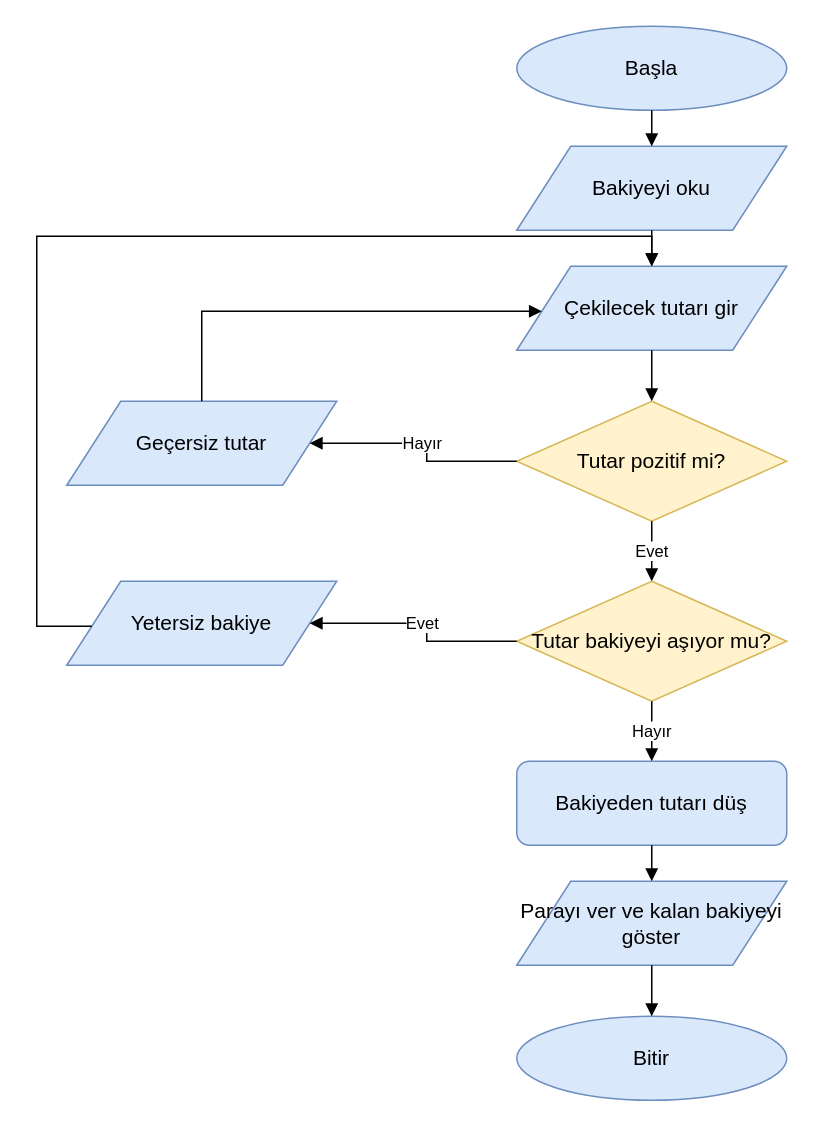
The draw.io diagram 02-algoritma/atm-para-cekme.drawio in furkanerenx25/egitim-ve-projeler, before the edit. Source tidied: cells renumbered, new cells numbered last; positions are measured from the earlier drawing's top-left corner, leaving out a move shared by most shapes. Both pictures are drawn from the tidied source at 150%, with x=0, y=0 at pixel (36, 26).
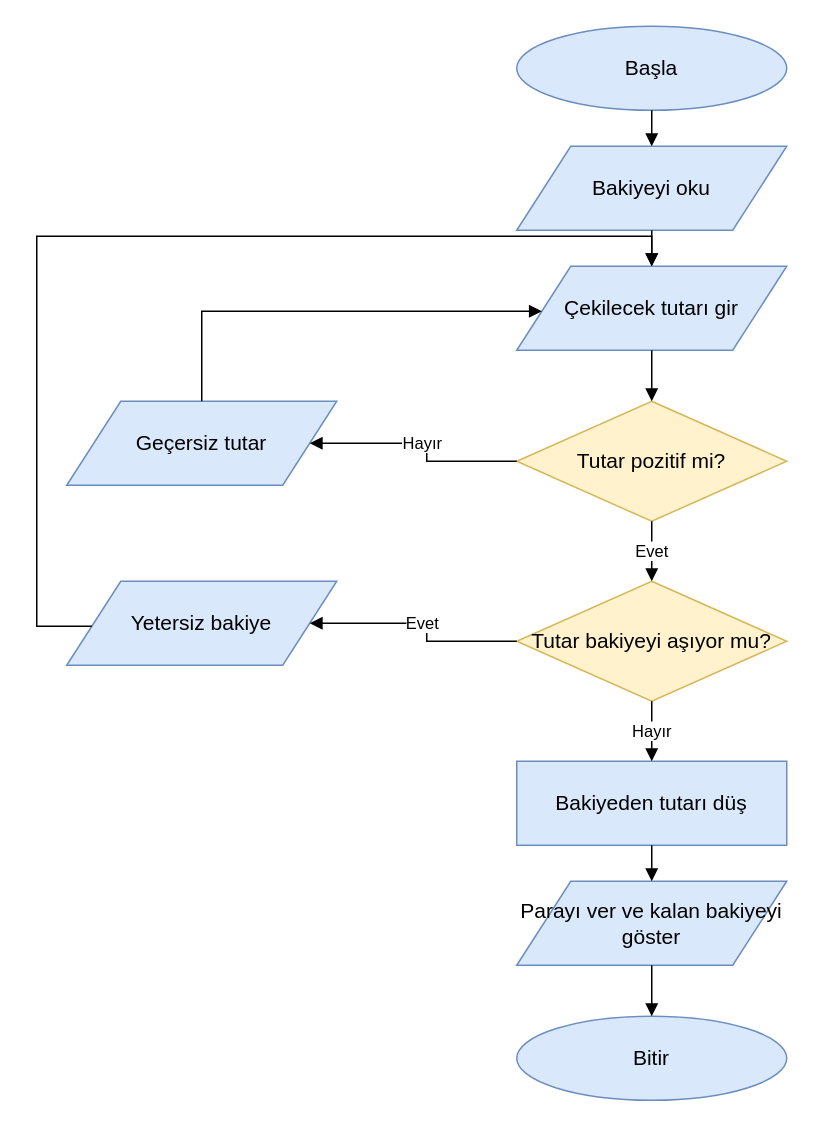
The same page after the edit.

Commit message:
İşlem adımında standart dikdörtgen kullan

What changed in the source:
```diff
@@
-    <mxCell id="9" value="Bakiyeden tutarı düş" style="rounded=1;whiteSpace=wrap;html=1;fontSize=14;fillColor=#dae8fc;strokeColor=#6c8ebf;" parent="1" vertex="1">
+    <mxCell id="9" value="Bakiyeden tutarı düş" style="rounded=0;whiteSpace=wrap;html=1;fontSize=14;fillColor=#dae8fc;strokeColor=#6c8ebf;" parent="1" vertex="1">
       <mxGeometry x="320" y="490" width="180" height="56" as="geometry" />
     </mxCell>
```
